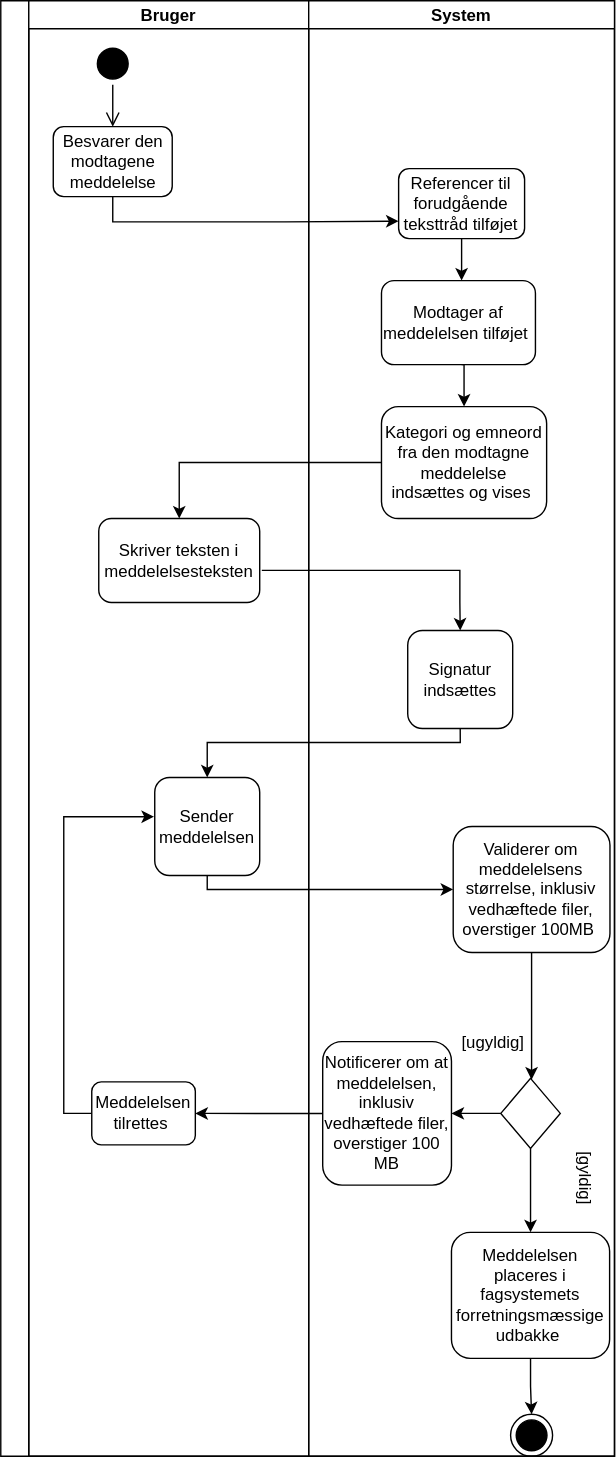
Above: docs/assets/images/Dk_S2_besvarelse_cc.drawio.svg in medcomdk/dk-medcom-carecommunication (draw.io), before the change. Source tidied: cells renumbered, new cells last; positions are measured from the earlier drawing's top-left corner, leaving out a move shared by most shapes.
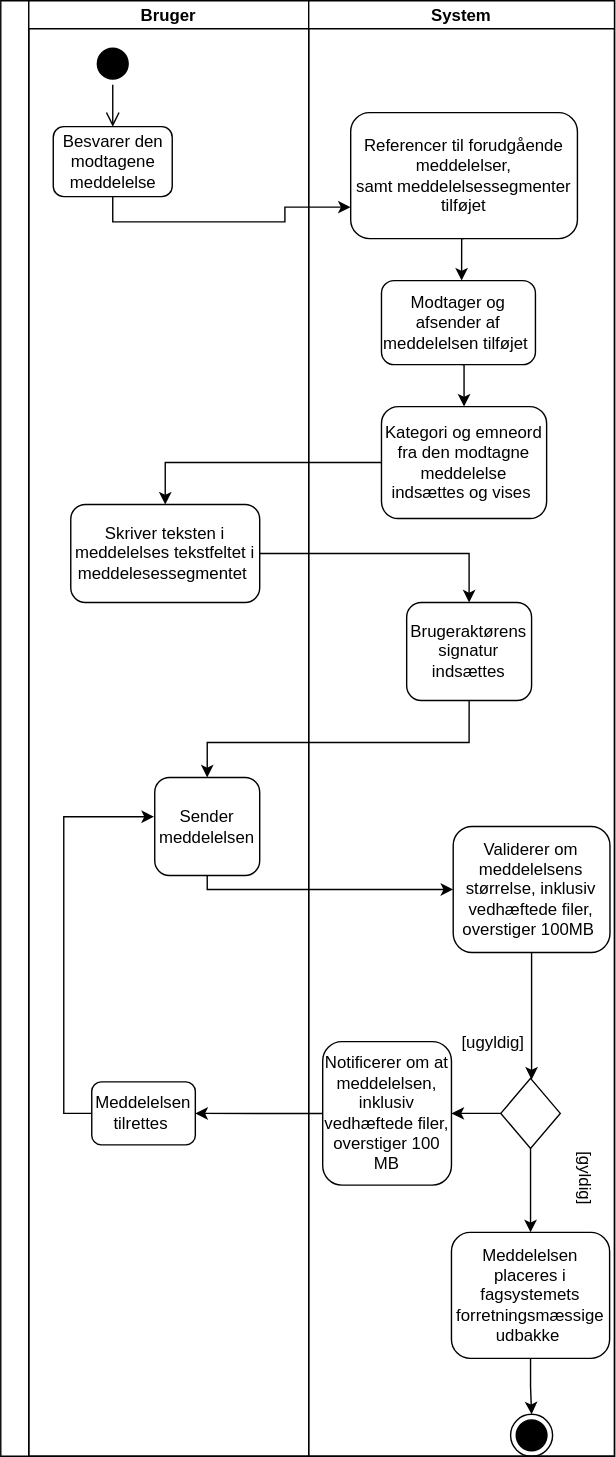
The same file after the commit.

What changed in the source:
```diff
@@ -14,13 +14,17 @@
     <mxCell id="5" style="edgeStyle=orthogonalEdgeStyle;html=1;verticalAlign=bottom;endArrow=open;endSize=8;strokeColor=#000000;rounded=0;" parent="3" edge="1" source="4">
       <mxGeometry relative="1" as="geometry">
         <mxPoint x="60" y="90" as="targetPoint" />
+        <Array as="points">
+          <mxPoint x="60" y="80" />
+          <mxPoint x="60" y="80" />
+        </Array>
       </mxGeometry>
     </mxCell>
     <mxCell id="6" value="Besvarer den modtagene meddelelse" style="rounded=1;whiteSpace=wrap;html=1;" parent="3" vertex="1">
       <mxGeometry x="17.5" y="90" width="85" height="50" as="geometry" />
     </mxCell>
-    <mxCell id="7" value="Skriver teksten i meddelelsesteksten" style="rounded=1;whiteSpace=wrap;html=1;" parent="3" vertex="1">
-      <mxGeometry x="50" y="370" width="115" height="60" as="geometry" />
+    <mxCell id="7" value="Skriver teksten i meddelelses tekstfeltet i meddelesessegmentet&amp;nbsp;" style="rounded=1;whiteSpace=wrap;html=1;" parent="3" vertex="1">
+      <mxGeometry x="30" y="360" width="135" height="70" as="geometry" />
     </mxCell>
     <mxCell id="8" value="Sender meddelelsen" style="rounded=1;whiteSpace=wrap;html=1;" parent="3" vertex="1">
       <mxGeometry x="90" y="555" width="75" height="70" as="geometry" />
@@ -52,15 +56,6 @@
     <mxCell id="14" style="edgeStyle=orthogonalEdgeStyle;rounded=0;jettySize=auto;html=1;" parent="2" edge="1" source="33" target="10">
       <mxGeometry relative="1" as="geometry" />
     </mxCell>
-    <mxCell id="15" style="edgeStyle=orthogonalEdgeStyle;rounded=0;jettySize=auto;html=1;exitX=1.013;exitY=0.617;exitDx=0;exitDy=0;entryX=0.5;entryY=0;entryDx=0;entryDy=0;exitPerimeter=0;" parent="2" edge="1" source="7" target="23">
-      <mxGeometry relative="1" as="geometry">
-        <Array as="points">
-          <mxPoint x="328" y="407" />
-          <mxPoint x="328" y="430" />
-          <mxPoint x="328" y="430" />
-        </Array>
-      </mxGeometry>
-    </mxCell>
     <mxCell id="16" style="edgeStyle=orthogonalEdgeStyle;rounded=0;jettySize=auto;html=1;exitX=0.5;exitY=1;exitDx=0;exitDy=0;entryX=0;entryY=0.75;entryDx=0;entryDy=0;" parent="2" edge="1" source="6" target="19">
       <mxGeometry relative="1" as="geometry">
         <Array as="points">
@@ -77,22 +72,22 @@
         <mxPoint x="109.2" y="200" as="targetPoint" />
       </mxGeometry>
     </mxCell>
-    <mxCell id="19" value="Referencer til forudgående teksttråd tilføjet" style="rounded=1;whiteSpace=wrap;html=1;" parent="17" vertex="1">
-      <mxGeometry x="64.2" y="120" width="90" height="50" as="geometry" />
+    <mxCell id="19" value="Referencer til forudgående meddelelser, samt&amp;nbsp;meddelelsessegmenter tilføjet" style="rounded=1;whiteSpace=wrap;html=1;" parent="17" vertex="1">
+      <mxGeometry x="30" y="80" width="162" height="90" as="geometry" />
     </mxCell>
     <mxCell id="20" style="edgeStyle=orthogonalEdgeStyle;rounded=0;jettySize=auto;html=1;exitX=0.5;exitY=1;exitDx=0;exitDy=0;entryX=0.5;entryY=0;entryDx=0;entryDy=0;" parent="17" edge="1" target="22">
       <mxGeometry relative="1" as="geometry">
         <mxPoint x="109.2" y="260" as="sourcePoint" />
       </mxGeometry>
     </mxCell>
-    <mxCell id="21" value="Modtager af meddelelsen tilføjet&amp;nbsp;" style="rounded=1;whiteSpace=wrap;html=1;" parent="17" vertex="1">
+    <mxCell id="21" value="Modtager og afsender af meddelelsen tilføjet&amp;nbsp;" style="rounded=1;whiteSpace=wrap;html=1;" parent="17" vertex="1">
       <mxGeometry x="52" y="200" width="110" height="60" as="geometry" />
     </mxCell>
     <mxCell id="22" value="Kategori og emneord fra den modtagne meddelelse indsættes og vises&amp;nbsp;" style="rounded=1;whiteSpace=wrap;html=1;" parent="17" vertex="1">
       <mxGeometry x="52" y="290" width="118" height="80" as="geometry" />
     </mxCell>
-    <mxCell id="23" value="Signatur indsættes" style="rounded=1;whiteSpace=wrap;html=1;" parent="17" vertex="1">
-      <mxGeometry x="70.8" y="450" width="75" height="70" as="geometry" />
+    <mxCell id="23" value="Brugeraktørens signatur indsættes" style="rounded=1;whiteSpace=wrap;html=1;" parent="17" vertex="1">
+      <mxGeometry x="70" y="430" width="89.2" height="70" as="geometry" />
     </mxCell>
     <mxCell id="24" style="edgeStyle=orthogonalEdgeStyle;rounded=0;jettySize=auto;html=1;" parent="17" edge="1" source="25" target="26">
       <mxGeometry relative="1" as="geometry" />
@@ -132,5 +127,8 @@
     <mxCell id="34" value="[ugyldig]" style="text;html=1;strokeColor=none;fillColor=none;align=center;verticalAlign=middle;whiteSpace=wrap;rounded=0;rotation=0;" parent="17" vertex="1">
       <mxGeometry x="102" y="730" width="60" height="30" as="geometry" />
     </mxCell>
+    <mxCell id="15" style="edgeStyle=orthogonalEdgeStyle;rounded=0;jettySize=auto;html=1;exitX=1;exitY=0.5;exitDx=0;exitDy=0;entryX=0.5;entryY=0;entryDx=0;entryDy=0;" parent="2" edge="1" source="7" target="23">
+      <mxGeometry relative="1" as="geometry" />
+    </mxCell>
   </root>
 </mxGraphModel>
```
